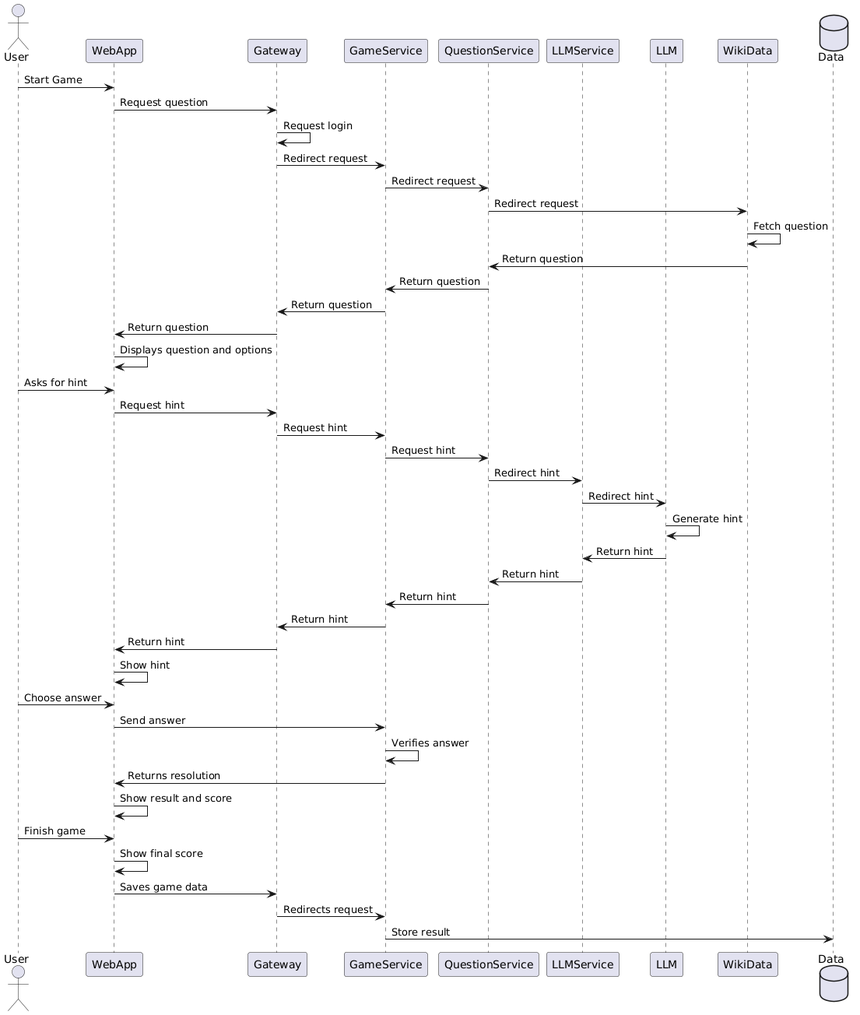
Earlier version of the PlantUML export docs/images/06_Game.png (Arquisoft/wichat_en1c).
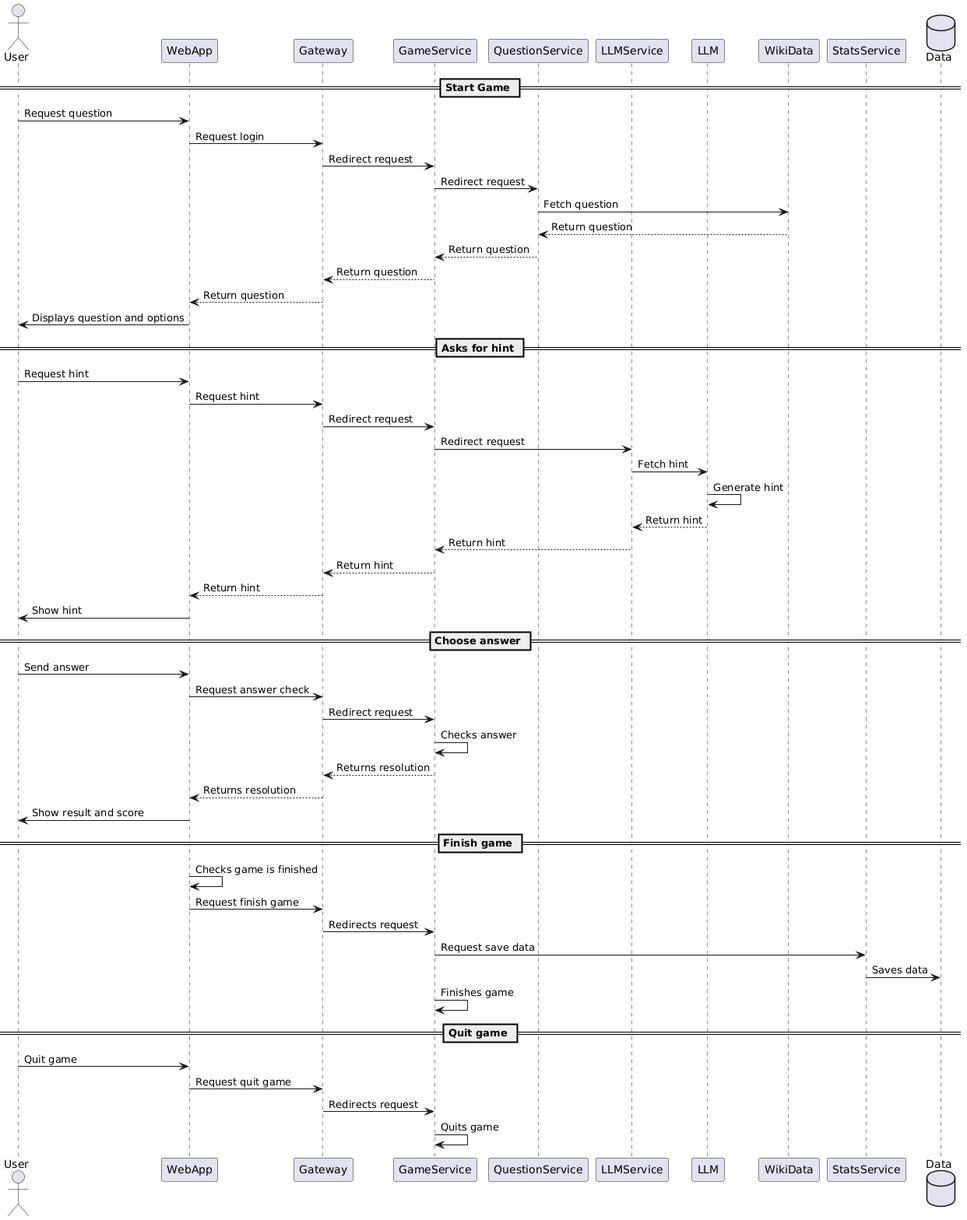
Above is the later version.

Commit message:
docs(game): :memo: Updated 06_Game.png

The edit, as a diff of the source:
```diff
@@ -7,40 +7,54 @@
 participant LLMService
 participant LLM
 participant WikiData
-database DB as "Data"
-User -> WebApp: Start Game
-WebApp -> Gateway: Request question
-Gateway -> Gateway: Request login
-Gateway -> GameService: Redirect request
-GameService -> QuestionService: Redirect request
-QuestionService -> WikiData: Redirect request
-WikiData -> WikiData: Fetch question
-WikiData -> QuestionService: Return question
-QuestionService -> GameService: Return question
-GameService -> Gateway: Return question
-Gateway -> WebApp: Return question
-WebApp -> WebApp: Displays question and options
-User -> WebApp: Asks for hint
-WebApp -> Gateway: Request hint
-Gateway -> GameService: Request hint
-GameService -> QuestionService:Request hint
-QuestionService -> LLMService: Redirect hint
-LLMService -> LLM: Redirect hint
-LLM -> LLM: Generate hint
-LLM -> LLMService: Return hint
-LLMService -> QuestionService: Return hint
-QuestionService -> GameService: Return hint
-GameService -> Gateway: Return hint
-Gateway -> WebApp: Return hint
-WebApp -> WebApp: Show hint
-User -> WebApp: Choose answer
-WebApp -> GameService: Send answer
-GameService -> GameService: Verifies answer
-GameService -> WebApp: Returns resolution
-WebApp -> WebApp: Show result and score
-User -> WebApp: Finish game
-WebApp -> WebApp: Show final score
-WebApp -> Gateway: Saves game data
-Gateway -> GameService: Redirects request
-GameService -> DB: Store result
+participant StatsService
+database Data
+
+== Start Game ==
+User -> WebApp : Request question
+WebApp -> Gateway : Request login
+Gateway -> GameService : Redirect request
+GameService -> QuestionService : Redirect request
+QuestionService -> WikiData : Fetch question
+WikiData --> QuestionService : Return question
+QuestionService --> GameService : Return question
+GameService --> Gateway : Return question
+Gateway --> WebApp : Return question
+WebApp -> User : Displays question and options
+
+== Asks for hint ==
+User -> WebApp : Request hint
+WebApp -> Gateway : Request hint
+Gateway -> GameService : Redirect request
+GameService -> LLMService : Redirect request
+LLMService -> LLM : Fetch hint
+LLM -> LLM : Generate hint
+LLM --> LLMService : Return hint
+LLMService --> GameService : Return hint
+GameService --> Gateway : Return hint
+Gateway --> WebApp : Return hint
+WebApp -> User : Show hint
+
+== Choose answer ==
+User -> WebApp : Send answer
+WebApp -> Gateway : Request answer check
+Gateway -> GameService : Redirect request
+GameService -> GameService : Checks answer
+GameService --> Gateway : Returns resolution
+Gateway --> WebApp : Returns resolution
+WebApp -> User : Show result and score
+
+== Finish game ==
+WebApp -> WebApp : Checks game is finished
+WebApp -> Gateway : Request finish game
+Gateway -> GameService : Redirects request
+GameService -> StatsService : Request save data
+StatsService -> Data : Saves data
+GameService -> GameService : Finishes game
+
+== Quit game ==
+User -> WebApp : Quit game
+WebApp -> Gateway : Request quit game
+Gateway -> GameService : Redirects request
+GameService -> GameService : Quits game
 @enduml
```
